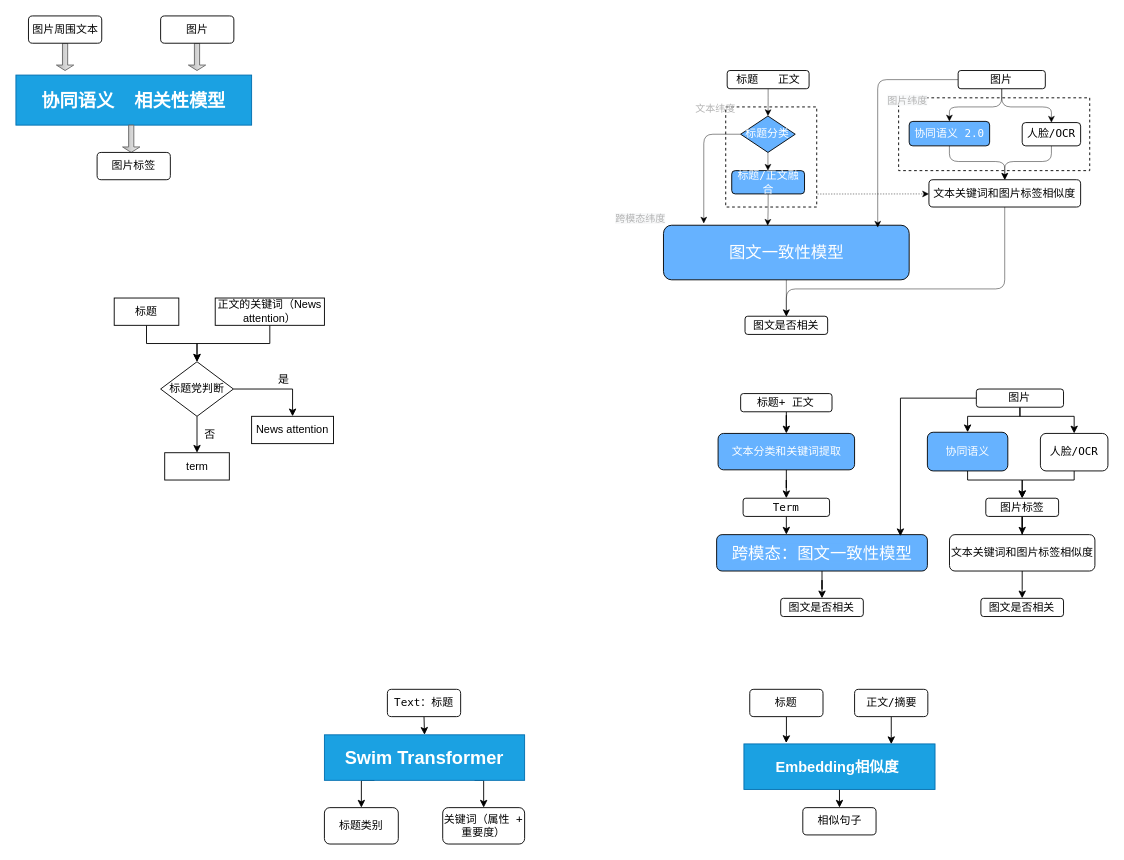
2018liuyan/one keeps this draw.io diagram as 相关性2.0.drawio. Above is the earlier version. Source tidied: cells renumbered, new cells numbered last; positions are measured from the earlier drawing's top-left corner, leaving out a move shared by most shapes. Both pictures are drawn from the tidied source at 91%, with x=0, y=0 at pixel (15, 15).
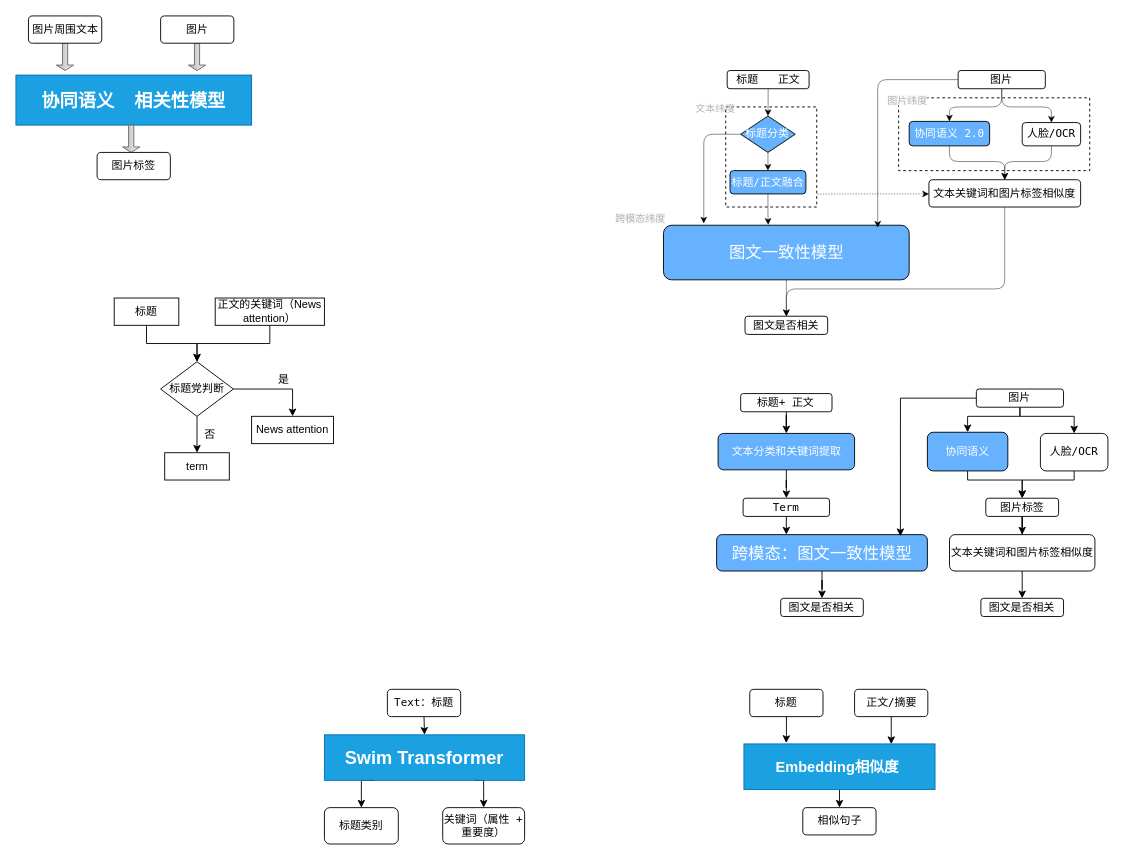
The same diagram, later.

Unchanged cells that the change refers to:
```xml
<mxCell id="23" value="&lt;font style=&quot;background-color: rgb(102 , 178 , 255) ; font-size: 18px&quot; color=&quot;#ffffff&quot;&gt;图文一致性模型&lt;/font&gt;" style="rounded=1;whiteSpace=wrap;html=1;fontFamily=Lucida Console;fillColor=#66B2FF;" parent="1" vertex="1">
  <mxGeometry x="711.6" y="230" width="270" height="60" as="geometry" />
</mxCell>
<mxCell id="77" value="&lt;font color=&quot;#ffffff&quot; face=&quot;lucida console&quot;&gt;标题分类&lt;/font&gt;" style="rhombus;whiteSpace=wrap;html=1;fontSize=12;fillColor=#66B2FF;" parent="1" vertex="1">
  <mxGeometry x="796.4" y="110" width="60" height="40" as="geometry" />
</mxCell>
```

Change to the diagram source:
```diff
@@
-    <mxCell id="24" style="edgeStyle=orthogonalEdgeStyle;jettySize=auto;html=1;entryX=0.424;entryY=0.008;entryDx=0;entryDy=0;entryPerimeter=0;fontSize=12;strokeWidth=0.5;rounded=1;" parent="1" edge="1" source="25" target="23">
+    <mxCell id="24" style="edgeStyle=orthogonalEdgeStyle;rounded=0;jettySize=auto;html=1;entryX=0.426;entryY=-0.008;entryDx=0;entryDy=0;entryPerimeter=0;strokeWidth=0.5;" parent="1" edge="1" source="25" target="23">
       <mxGeometry relative="1" as="geometry" />
     </mxCell>
     <mxCell id="25" value="&lt;font style=&quot;font-size: 12px&quot;&gt;&lt;font color=&quot;#ffffff&quot;&gt;标题/正文融合&lt;/font&gt;&lt;br&gt;&lt;/font&gt;" style="rounded=1;whiteSpace=wrap;html=1;fontFamily=Lucida Console;fillColor=#66B2FF;" parent="1" vertex="1">
-      <mxGeometry x="786.6" y="170" width="80" height="25.6" as="geometry" />
+      <mxGeometry x="784.7" y="170" width="83.4" height="25.6" as="geometry" />
     </mxCell>
@@
+    <mxCell id="76" style="edgeStyle=orthogonalEdgeStyle;jettySize=auto;html=1;entryX=0.164;entryY=-0.032;entryDx=0;entryDy=0;entryPerimeter=0;fontSize=12;strokeWidth=0.5;rounded=1;" parent="1" edge="1" source="77" target="23">
+      <mxGeometry relative="1" as="geometry">
+        <Array as="points">
+          <mxPoint x="756" y="130" />
+        </Array>
+      </mxGeometry>
+    </mxCell>
-    <mxCell id="75" style="edgeStyle=orthogonalEdgeStyle;jettySize=auto;html=1;entryX=0.5;entryY=0;entryDx=0;entryDy=0;fontSize=12;strokeWidth=0.5;rounded=1;" parent="1" edge="1" source="77" target="25">
+    <mxCell id="75" style="edgeStyle=orthogonalEdgeStyle;rounded=0;jettySize=auto;html=1;exitX=0.5;exitY=1;exitDx=0;exitDy=0;entryX=0.5;entryY=0;entryDx=0;entryDy=0;strokeWidth=0.5;" parent="1" edge="1" source="77" target="25">
       <mxGeometry relative="1" as="geometry" />
     </mxCell>
-    <mxCell id="76" style="edgeStyle=orthogonalEdgeStyle;jettySize=auto;html=1;entryX=0.164;entryY=-0.032;entryDx=0;entryDy=0;entryPerimeter=0;fontSize=12;strokeWidth=0.5;rounded=1;" parent="1" edge="1" source="77" target="23">
-      <mxGeometry relative="1" as="geometry">
-        <Array as="points">
-          <mxPoint x="756" y="130" />
-        </Array>
-      </mxGeometry>
-    </mxCell>
```
